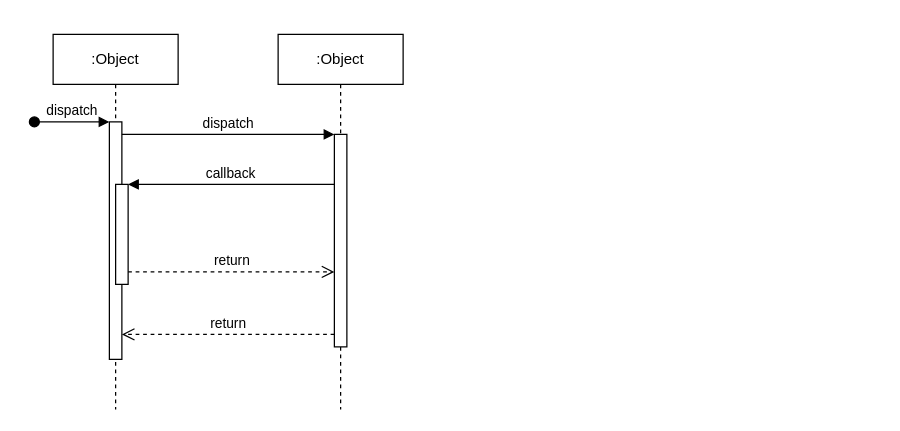
This is Day1/Untitled Diagram.drawio from Dabi-ayu/JS-code-repo, a draw.io file, before an edit. Source tidied: cells renumbered, new cells numbered last; positions are measured from the earlier drawing's top-left corner, leaving out a move shared by most shapes. Both pictures are drawn from the tidied source at 125%, with x=0, y=0 at pixel (34, 34).
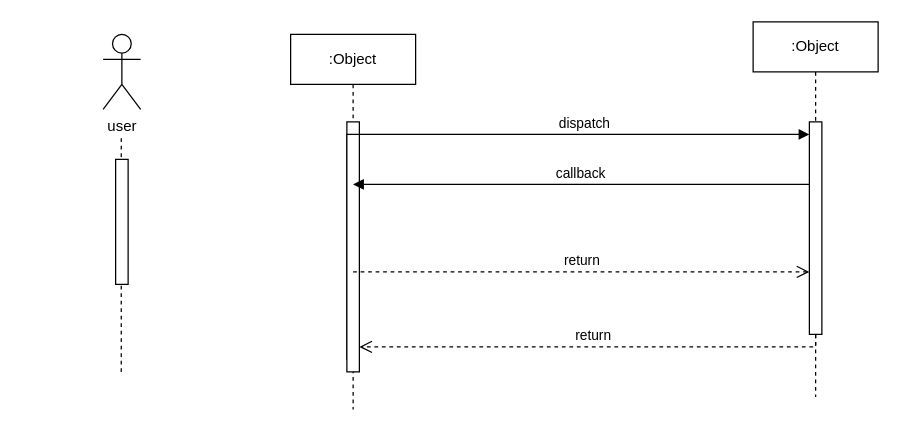
The same diagram, later.

The change refers to these unchanged cells:
```xml
<mxCell id="3" style="html=1;points=[];perimeter=orthogonalPerimeter;outlineConnect=0;targetShapes=umlLifeline;portConstraint=eastwest;newEdgeStyle={&quot;edgeStyle&quot;:&quot;elbowEdgeStyle&quot;,&quot;elbow&quot;:&quot;vertical&quot;,&quot;curved&quot;:0,&quot;rounded&quot;:0};" parent="2" vertex="1">
  <mxGeometry x="45" y="70" width="10" height="190" as="geometry" />
</mxCell>
<mxCell id="7" style="html=1;points=[];perimeter=orthogonalPerimeter;outlineConnect=0;targetShapes=umlLifeline;portConstraint=eastwest;newEdgeStyle={&quot;edgeStyle&quot;:&quot;elbowEdgeStyle&quot;,&quot;elbow&quot;:&quot;vertical&quot;,&quot;curved&quot;:0,&quot;rounded&quot;:0};" parent="6" vertex="1">
  <mxGeometry x="45" y="80" width="10" height="170" as="geometry" />
</mxCell>
```

Change to the diagram source:
```diff
@@
     <mxCell id="2" value=":Object" style="shape=umlLifeline;perimeter=lifelinePerimeter;whiteSpace=wrap;html=1;newEdgeStyle={&quot;edgeStyle&quot;:&quot;elbowEdgeStyle&quot;,&quot;elbow&quot;:&quot;vertical&quot;,&quot;curved&quot;:0,&quot;rounded&quot;:0};" parent="1" vertex="1">
-      <mxGeometry x="15" width="100" height="300" as="geometry" />
+      <mxGeometry x="205" width="100" height="300" as="geometry" />
     </mxCell>
@@
-    <mxCell id="4" value="dispatch" style="html=1;verticalAlign=bottom;startArrow=oval;endArrow=block;startSize=8;edgeStyle=elbowEdgeStyle;elbow=vertical;curved=0;rounded=0;" parent="2" edge="1" target="3">
-      <mxGeometry relative="1" as="geometry">
-        <mxPoint x="-15" y="70" as="sourcePoint" />
-      </mxGeometry>
-    </mxCell>
-    <mxCell id="5" style="html=1;points=[];perimeter=orthogonalPerimeter;outlineConnect=0;targetShapes=umlLifeline;portConstraint=eastwest;newEdgeStyle={&quot;edgeStyle&quot;:&quot;elbowEdgeStyle&quot;,&quot;elbow&quot;:&quot;vertical&quot;,&quot;curved&quot;:0,&quot;rounded&quot;:0};" parent="2" vertex="1">
-      <mxGeometry x="50" y="120" width="10" height="80" as="geometry" />
-    </mxCell>
+    <mxCell id="12" style="html=1;perimeter=orthogonalPerimeter;targetShapes=umlLifeline;newEdgeStyle={&quot;edgeStyle&quot;:&quot;elbowEdgeStyle&quot;,&quot;elbow&quot;:&quot;vertical&quot;,&quot;curved&quot;:0,&quot;rounded&quot;:0};" parent="2" vertex="1">
+      <mxGeometry x="45" y="80" width="10" height="190" as="geometry" />
+    </mxCell>
     <mxCell id="6" value=":Object" style="shape=umlLifeline;perimeter=lifelinePerimeter;whiteSpace=wrap;html=1;newEdgeStyle={&quot;edgeStyle&quot;:&quot;elbowEdgeStyle&quot;,&quot;elbow&quot;:&quot;vertical&quot;,&quot;curved&quot;:0,&quot;rounded&quot;:0};" parent="1" vertex="1">
-      <mxGeometry x="195" width="100" height="300" as="geometry" />
+      <mxGeometry x="575" y="-10" width="100" height="300" as="geometry" />
     </mxCell>
@@
     <mxCell id="8" value="dispatch" style="html=1;verticalAlign=bottom;endArrow=block;edgeStyle=elbowEdgeStyle;elbow=vertical;curved=0;rounded=0;" parent="1" edge="1" source="3" target="7">
       <mxGeometry relative="1" as="geometry">
         <Array as="points">
-          <mxPoint x="155" y="80" />
+          <mxPoint x="285" y="80" />
         </Array>
       </mxGeometry>
     </mxCell>
     <mxCell id="9" value="return" style="html=1;verticalAlign=bottom;endArrow=open;dashed=1;endSize=8;edgeStyle=elbowEdgeStyle;elbow=vertical;curved=0;rounded=0;" parent="1" edge="1" source="7" target="3">
       <mxGeometry relative="1" as="geometry">
         <Array as="points">
+          <mxPoint x="315" y="250" />
           <mxPoint x="165" y="240" />
         </Array>
       </mxGeometry>
     </mxCell>
-    <mxCell id="10" value="callback" style="html=1;verticalAlign=bottom;endArrow=block;edgeStyle=elbowEdgeStyle;elbow=vertical;curved=0;rounded=0;" parent="1" edge="1" source="7" target="5">
+    <mxCell id="10" value="callback" style="html=1;verticalAlign=bottom;endArrow=block;edgeStyle=elbowEdgeStyle;elbow=vertical;curved=0;rounded=0;" parent="1" edge="1" source="7">
       <mxGeometry relative="1" as="geometry">
-        <Array as="points">
-          <mxPoint x="165" y="120" />
-        </Array>
+        <mxPoint x="255" y="120" as="targetPoint" />
       </mxGeometry>
     </mxCell>
-    <mxCell id="11" value="return" style="html=1;verticalAlign=bottom;endArrow=open;dashed=1;endSize=8;edgeStyle=elbowEdgeStyle;elbow=vertical;curved=0;rounded=0;" parent="1" edge="1" source="5" target="7">
+    <mxCell id="11" value="return" style="html=1;verticalAlign=bottom;endArrow=open;dashed=1;endSize=8;edgeStyle=elbowEdgeStyle;elbow=vertical;curved=0;rounded=0;" parent="1" edge="1" target="7">
       <mxGeometry relative="1" as="geometry">
+        <mxPoint x="255" y="190" as="sourcePoint" />
         <Array as="points">
+          <mxPoint x="295" y="190" />
           <mxPoint x="155" y="190" />
         </Array>
       </mxGeometry>
     </mxCell>
+    <mxCell id="13" value="user" style="shape=umlActor;verticalLabelPosition=bottom;verticalAlign=top;html=1;" parent="1" vertex="1">
+      <mxGeometry x="55" width="30" height="60" as="geometry" />
+    </mxCell>
+    <mxCell id="14" style="endArrow=none;dashed=1;html=1;rounded=0;" parent="1" edge="1">
+      <mxGeometry relative="1" as="geometry">
+        <mxPoint x="69.5" y="140" as="sourcePoint" />
+        <mxPoint x="69.5" y="80" as="targetPoint" />
+      </mxGeometry>
+    </mxCell>
+    <mxCell id="15" style="html=1;perimeter=orthogonalPerimeter;targetShapes=umlLifeline;newEdgeStyle={&quot;edgeStyle&quot;:&quot;elbowEdgeStyle&quot;,&quot;elbow&quot;:&quot;vertical&quot;,&quot;curved&quot;:0,&quot;rounded&quot;:0};" parent="1" vertex="1">
+      <mxGeometry x="65" y="100" width="10" height="100" as="geometry" />
+    </mxCell>
+    <mxCell id="16" style="endArrow=none;dashed=1;html=1;rounded=0;" parent="1" edge="1">
+      <mxGeometry relative="1" as="geometry">
+        <mxPoint x="69.5" y="270" as="sourcePoint" />
+        <mxPoint x="69.5" y="200" as="targetPoint" />
+      </mxGeometry>
+    </mxCell>
```
